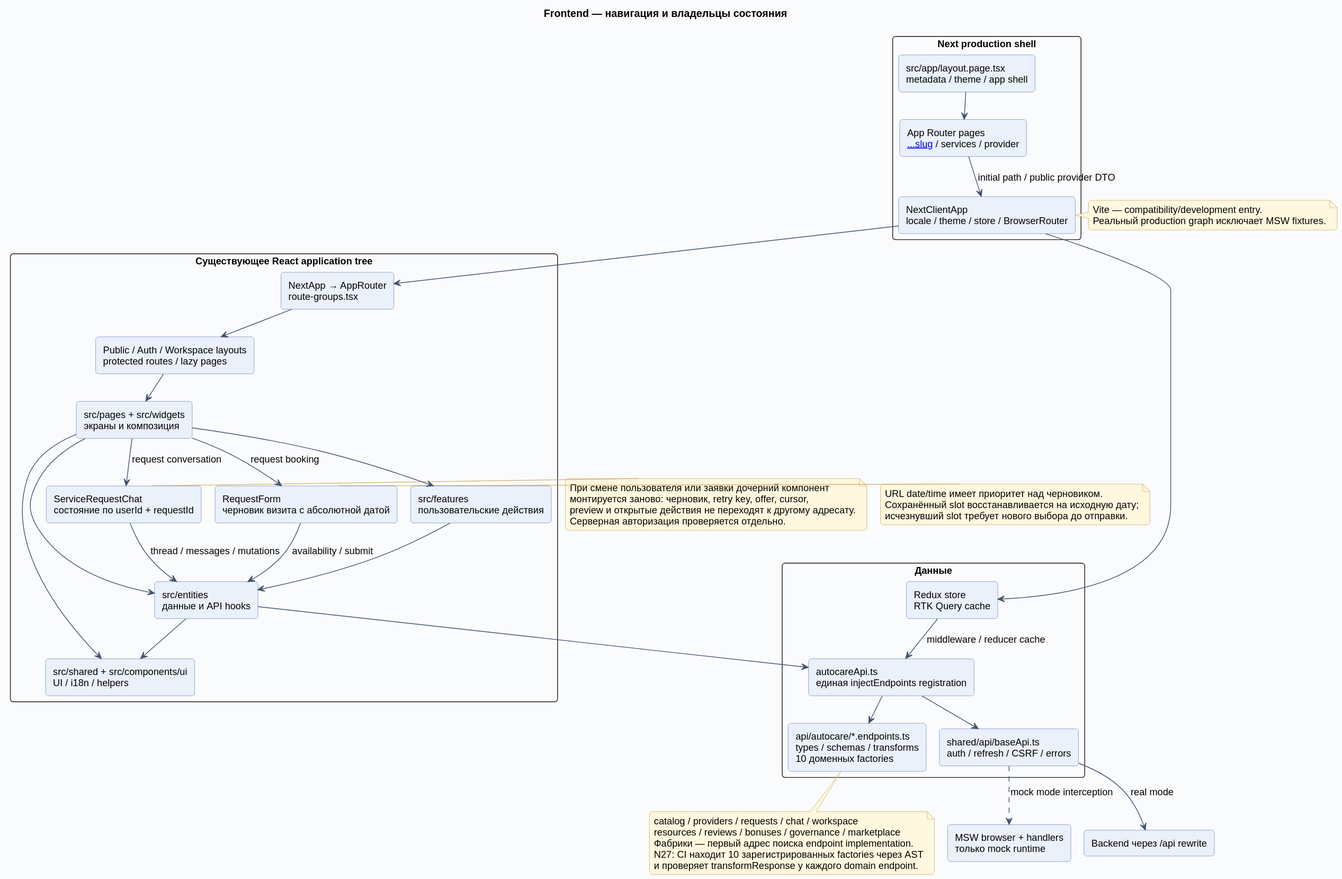
Dima163163/auto-care-hub keeps this PlantUML diagram as docs/diagrams/rendered/03-frontend.svg. Above is the earlier version.
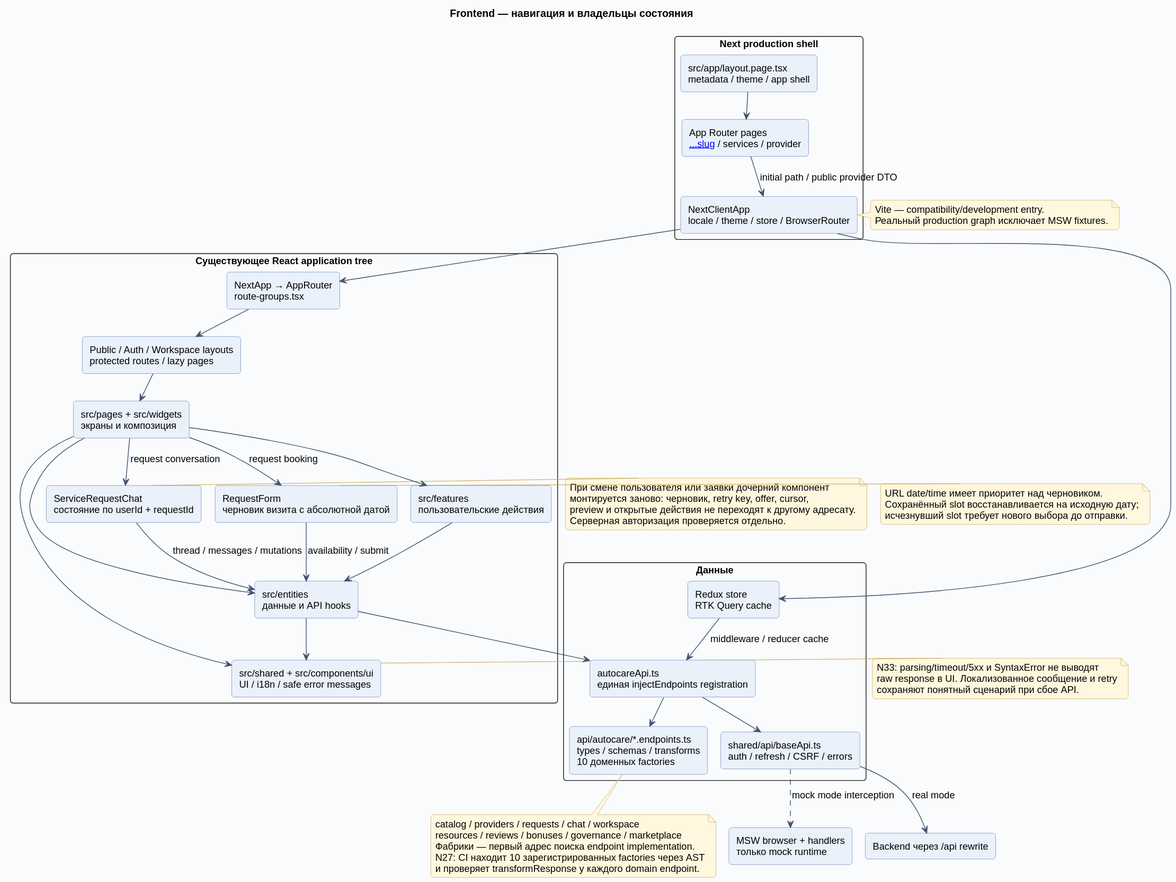
Later version of the same file.

Commit message:
fix(ui): hide raw API parsing and server errors

Diff of the diagram source:
```diff
@@ -15,7 +15,7 @@
   component "src/entities\nданные и API hooks" as Entities
   component "ServiceRequestChat\nсостояние по userId + requestId" as RequestChat
   component "RequestForm\nчерновик визита с абсолютной датой" as BookingForm
-  component "src/shared + src/components/ui\nUI / i18n / helpers" as Shared
+  component "src/shared + src/components/ui\nUI / i18n / safe error messages" as Shared
 }
 package "Данные" {
   component "Redux store\nRTK Query cache" as Store
@@ -57,6 +57,11 @@
   Vite — compatibility/development entry.
   Реальный production graph исключает MSW fixtures.
 end note
+note right of Shared
+  N33: parsing/timeout/5xx и SyntaxError не выводят
+  raw response в UI. Локализованное сообщение и retry
+  сохраняют понятный сценарий при сбое API.
+end note
 note right of RequestChat
   При смене пользователя или заявки дочерний компонент
   монтируется заново: черновик, retry key, offer, cursor,
```
